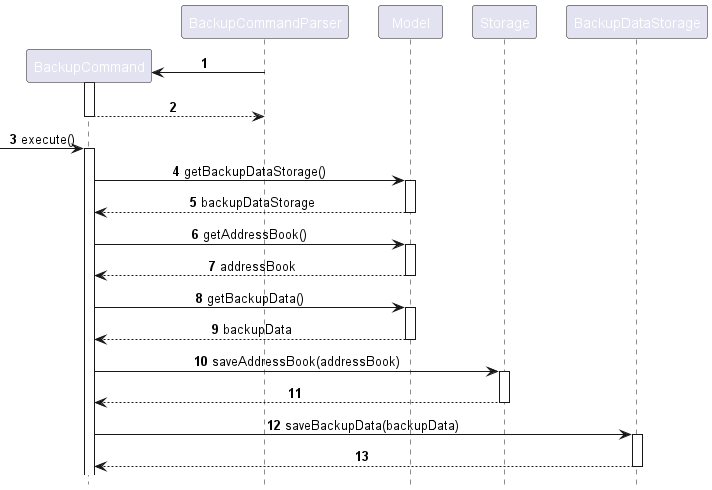
nus-cs2103-AY2223S2/tp keeps this PlantUML diagram as docs/images/BackupSequenceDiagram.png. Above is the earlier version. The source it was exported from:
```plantuml
@startuml
!include style.puml

autonumber

create BackupCommand
BackupCommandParser -> BackupCommand
activate BackupCommand
BackupCommand --> BackupCommandParser
deactivate BackupCommand
[-> BackupCommand : execute()
activate BackupCommand

BackupCommand -> Model : getBackupDataStorage()
activate Model
Model --> BackupCommand : backupDataStorage
deactivate Model

BackupCommand -> Model : getAddressBook()
activate Model
Model --> BackupCommand : addressBook
deactivate Model

BackupCommand -> Model : getBackupData()
activate Model
Model --> BackupCommand : backupData
deactivate Model

BackupCommand -> Storage : saveAddressBook(addressBook)
activate Storage
Storage --> BackupCommand
deactivate Storage

BackupCommand -> BackupDataStorage : saveBackupData(backupData)
activate BackupDataStorage
BackupDataStorage --> BackupCommand
deactivate BackupDataStorage

@enduml
```
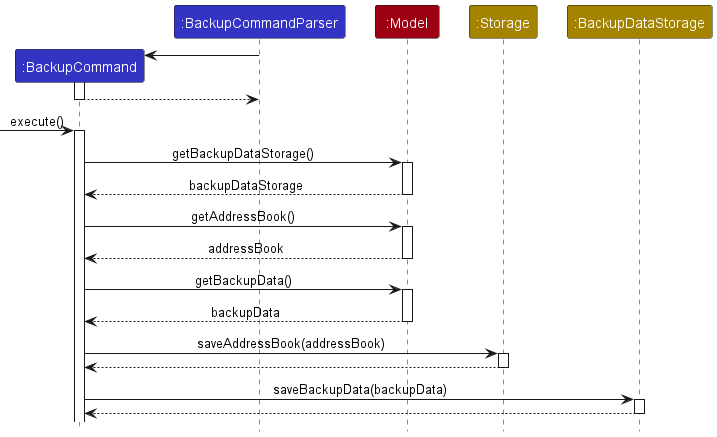
Above is the later version.

Commit message:
Changed colours for diagram

Diff of the diagram source:
```diff
@@ -1,7 +1,11 @@
 @startuml
 !include style.puml
 
-autonumber
+participant ":BackupCommand" as BackupCommand LOGIC_COLOR
+participant ":BackupCommandParser" as BackupCommandParser LOGIC_COLOR
+participant ":Model" as Model MODEL_COLOR
+participant ":Storage" as Storage STORAGE_COLOR
+participant ":BackupDataStorage" as BackupDataStorage STORAGE_COLOR
 
 create BackupCommand
 BackupCommandParser -> BackupCommand
```
